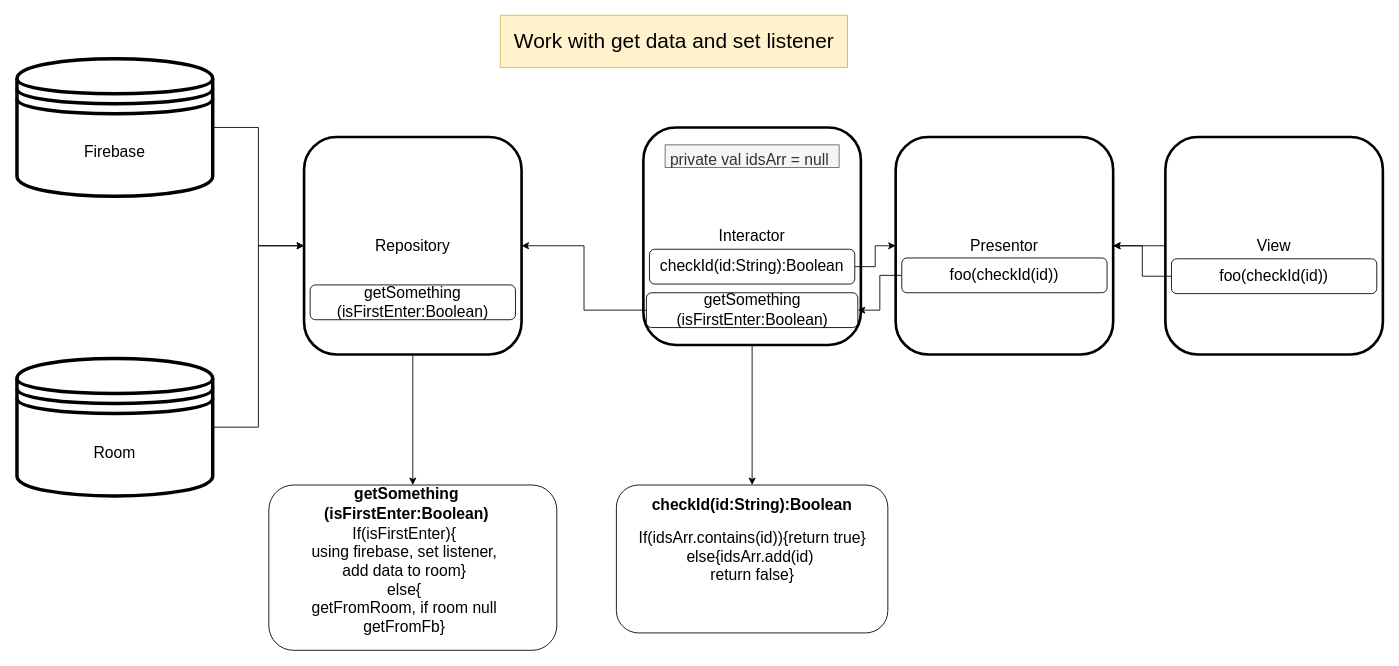
xidealo/BunBeauty keeps this draw.io diagram as diagrams/getDataFromFlow.drawio. Above is the earlier version. Source tidied: cells renumbered, new cells numbered last; positions are measured from the earlier drawing's top-left corner, leaving out a move shared by most shapes. Both pictures are drawn from the tidied source at 87%, with x=0, y=0 at pixel (17, 15).
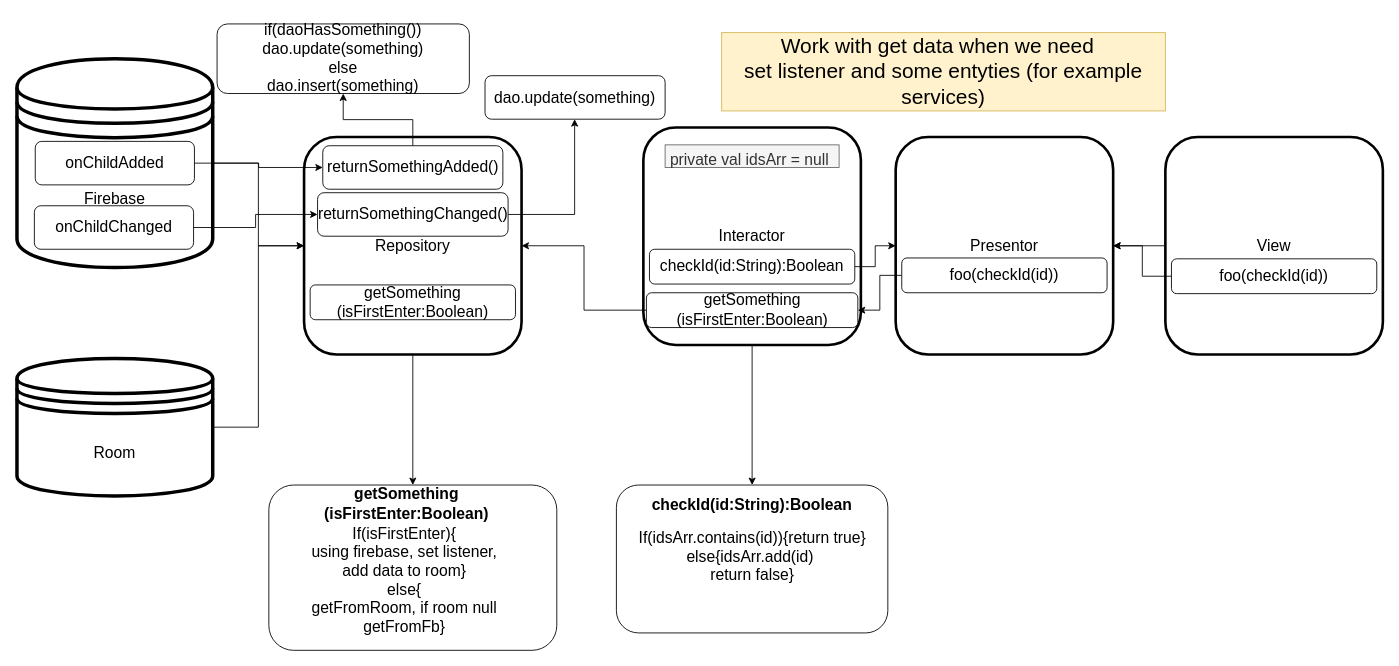
The same diagram, later.

Diff of the diagram source:
```diff
@@
-    <mxCell id="9" value="&lt;font style=&quot;font-size: 24px&quot;&gt;Work with get data and set listener&lt;/font&gt;" style="text;html=1;strokeColor=#d6b656;fillColor=#fff2cc;align=center;verticalAlign=middle;whiteSpace=wrap;rounded=0;" parent="1" vertex="1">
-      <mxGeometry x="555.5" width="399" height="60" as="geometry" />
+    <mxCell id="9" value="&lt;font style=&quot;font-size: 24px&quot;&gt;Work with get data when we need&amp;nbsp;&amp;nbsp;&lt;br&gt;&lt;/font&gt;&lt;span style=&quot;font-size: 24px&quot;&gt;set listener and some entyties (for example services)&lt;/span&gt;" style="text;html=1;strokeColor=#d6b656;fillColor=#fff2cc;align=center;verticalAlign=middle;whiteSpace=wrap;rounded=0;" parent="1" vertex="1">
+      <mxGeometry x="810" y="20" width="510" height="90" as="geometry" />
     </mxCell>
@@
     <mxCell id="23" value="Firebase" style="shape=datastore;whiteSpace=wrap;html=1;comic=0;strokeWidth=4;fontSize=18;" parent="1" vertex="1">
-      <mxGeometry y="50" width="225" height="158" as="geometry" />
+      <mxGeometry y="50" width="225" height="240" as="geometry" />
     </mxCell>
@@
+    <mxCell id="30" style="edgeStyle=orthogonalEdgeStyle;rounded=0;jettySize=auto;html=1;" parent="1" edge="1" source="31" target="35">
+      <mxGeometry relative="1" as="geometry" />
+    </mxCell>
+    <mxCell id="31" value="onChildAdded" style="shape=ext;rounded=1;html=1;whiteSpace=wrap;fontSize=18;" parent="1" vertex="1">
+      <mxGeometry x="21" y="145" width="183" height="50" as="geometry" />
+    </mxCell>
+    <mxCell id="32" style="edgeStyle=orthogonalEdgeStyle;rounded=0;jettySize=auto;html=1;" parent="1" edge="1" source="33" target="37">
+      <mxGeometry relative="1" as="geometry" />
+    </mxCell>
+    <mxCell id="33" value="onChildChanged" style="shape=ext;rounded=1;html=1;whiteSpace=wrap;fontSize=18;" parent="1" vertex="1">
+      <mxGeometry x="20" y="219" width="183" height="50" as="geometry" />
+    </mxCell>
+    <mxCell id="34" style="edgeStyle=orthogonalEdgeStyle;rounded=0;jettySize=auto;html=1;" parent="1" edge="1" source="35" target="39">
+      <mxGeometry relative="1" as="geometry" />
+    </mxCell>
+    <mxCell id="35" value="returnSomethingAdded()" style="shape=ext;rounded=1;html=1;whiteSpace=wrap;fontSize=18;" parent="1" vertex="1">
+      <mxGeometry x="351.5" y="150" width="207" height="50" as="geometry" />
+    </mxCell>
+    <mxCell id="36" style="edgeStyle=orthogonalEdgeStyle;rounded=0;jettySize=auto;html=1;" parent="1" edge="1" source="37" target="38">
+      <mxGeometry relative="1" as="geometry">
+        <Array as="points">
+          <mxPoint x="641" y="229" />
+        </Array>
+      </mxGeometry>
+    </mxCell>
+    <mxCell id="37" value="returnSomethingChanged()" style="shape=ext;rounded=1;html=1;whiteSpace=wrap;fontSize=18;" parent="1" vertex="1">
+      <mxGeometry x="345.5" y="204" width="219" height="50" as="geometry" />
+    </mxCell>
+    <mxCell id="38" value="dao.update(something)" style="shape=ext;rounded=1;html=1;whiteSpace=wrap;fontSize=18;" parent="1" vertex="1">
+      <mxGeometry x="538" y="69.5" width="207" height="50" as="geometry" />
+    </mxCell>
+    <mxCell id="39" value="if(daoHasSomething())&lt;br&gt;dao.update(something)&lt;br&gt;else&lt;br&gt;dao.insert(something)" style="shape=ext;rounded=1;html=1;whiteSpace=wrap;fontSize=18;" parent="1" vertex="1">
+      <mxGeometry x="230" y="10" width="290" height="80" as="geometry" />
+    </mxCell>
```
